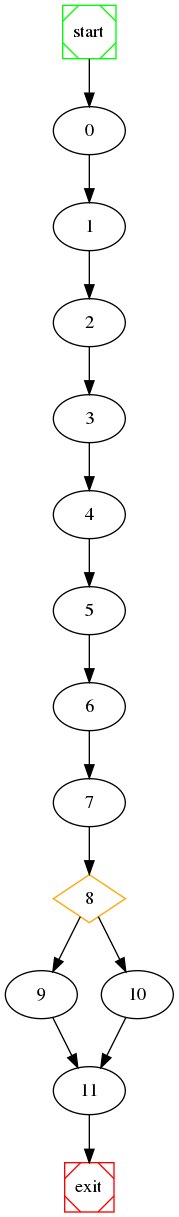
Before: wpc/raw_graph.png, a diagram exported from Graphviz (NabeelQaiser/BTP_2k18-19). Its source is kept beside it as wpc/raw_graph.dot.
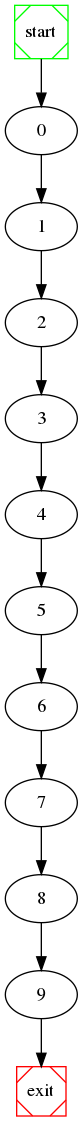
Later version of the same file.

Change to the diagram source:
```diff
@@ -8,13 +8,9 @@
 	4 -> 5 ;
 	5 -> 6 ;
 	6 -> 7 ;
-	8 [shape=diamond, color=orange] ;
+	7 -> 8 ;
 	8 -> 9 ;
-	8 -> 10 ;
-	7 -> 8 ;
-	9 -> 11 ;
-	10 -> 11 ;
-	11 -> exit;
+	9 -> exit;
 
 	start [shape=Msquare, color=green];
 	exit [shape=Msquare, color=red];
```
